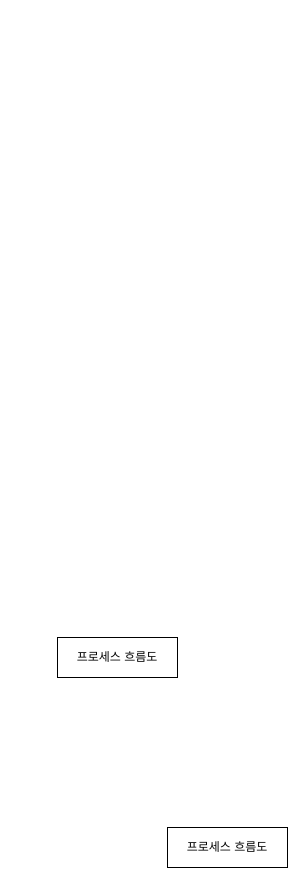
Above: page "문서" (1 of 2) of 20241112.drawio in climcity/design (draw.io), before the change. Source tidied: cells renumbered, new cells numbered last; positions are measured from the earlier drawing's top-left corner, leaving out a move shared by most shapes. Both pictures are drawn from the tidied source at 100%, with x=0, y=0 at pixel (57, 637).
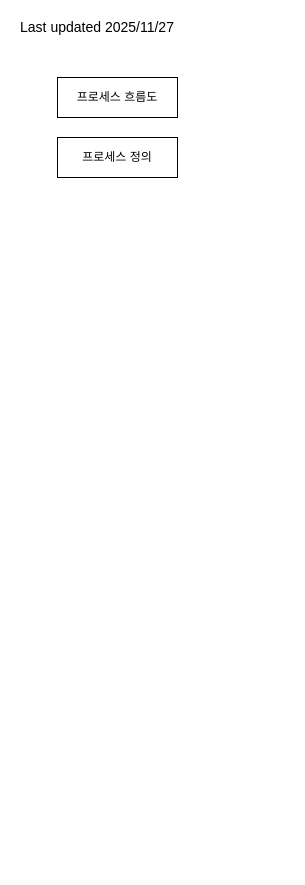
The same page after the edit.

Change to the diagram source:
```diff
@@
 <mxGraphModel>
   <root>
     <mxCell id="0" />
     <mxCell id="1" parent="0" />
     <mxCell id="2" value="프로세스 흐름도" style="rounded=0;whiteSpace=wrap;html=1;" parent="1" vertex="1">
-      <mxGeometry width="120" height="40" as="geometry" />
+      <mxGeometry y="-560" width="120" height="40" as="geometry" />
     </mxCell>
-    <mxCell id="3" value="프로세스 흐름도" style="rounded=0;whiteSpace=wrap;html=1;" parent="1" vertex="1">
-      <mxGeometry x="110" y="190" width="120" height="40" as="geometry" />
+    <mxCell id="3" value="프로세스 정의" style="rounded=0;whiteSpace=wrap;html=1;" parent="1" vertex="1">
+      <mxGeometry y="-500" width="120" height="40" as="geometry" />
     </mxCell>
+    <mxCell id="4" value="Last updated 2025/11/27" style="rounded=0;whiteSpace=wrap;html=1;fillColor=none;align=center;strokeColor=none;fontSize=14;" parent="1" vertex="1">
+      <mxGeometry x="-40" y="-620" width="160" height="20" as="geometry" />
+    </mxCell>
   </root>
 </mxGraphModel>
```
